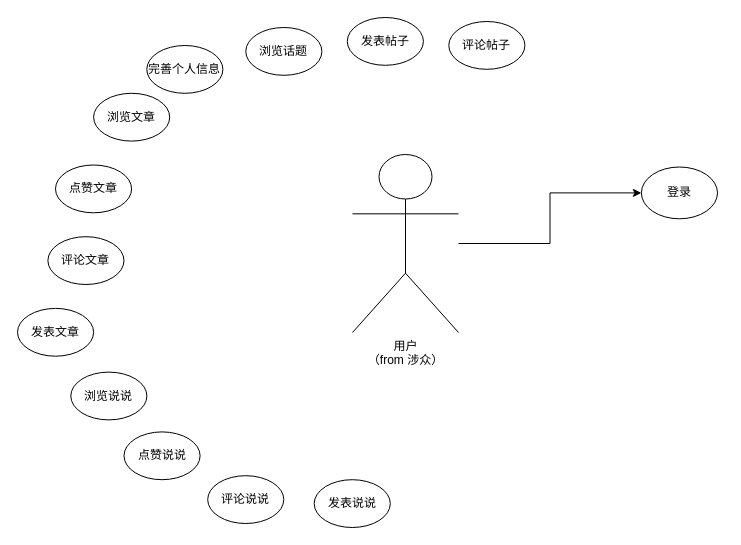
This is uml-业务模型.drawio from JMHello/draw, a draw.io file, before an edit. Source tidied: cells renumbered, new cells numbered last; positions are measured from the earlier drawing's top-left corner, leaving out a move shared by most shapes. Both pictures are drawn from the tidied source at 100%, with x=0, y=0 at pixel (17, 17).
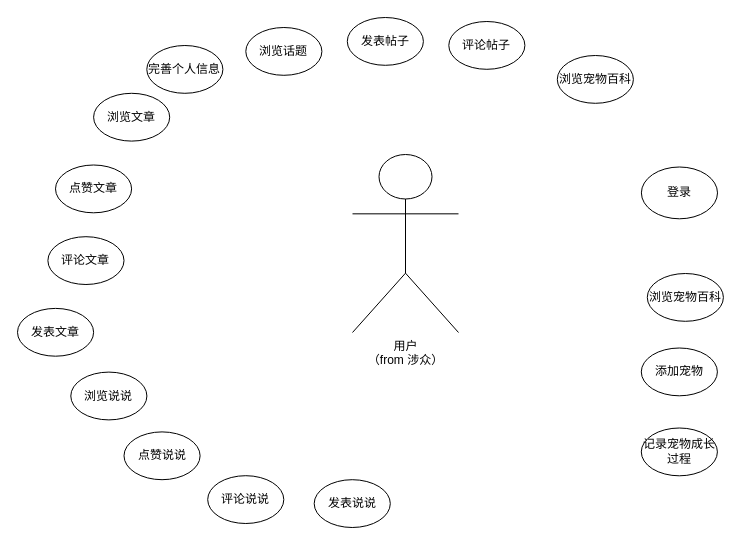
The same diagram, later.

Diff of the diagram source:
```diff
@@
 <mxGraphModel>
   <root>
     <mxCell id="0" />
     <mxCell id="1" parent="0" />
     <mxCell id="2" value="用户&lt;br&gt;（from 涉众）&lt;br&gt;" style="shape=umlActor;verticalLabelPosition=bottom;labelBackgroundColor=#ffffff;verticalAlign=top;html=1;" parent="1" vertex="1">
       <mxGeometry x="335" y="137" width="106" height="178" as="geometry" />
     </mxCell>
     <mxCell id="3" value="登录" style="ellipse;whiteSpace=wrap;html=1;" parent="1" vertex="1">
       <mxGeometry x="623.9" y="149.5" width="76.1" height="51.8" as="geometry" />
     </mxCell>
-    <mxCell id="4" style="edgeStyle=orthogonalEdgeStyle;rounded=0;jettySize=auto;html=1;" parent="1" edge="1" source="2" target="3">
-      <mxGeometry relative="1" as="geometry" />
-    </mxCell>
     <mxCell id="5" value="浏览话题" style="ellipse;whiteSpace=wrap;html=1;" parent="1" vertex="1">
       <mxGeometry x="228.3" y="10" width="76.1" height="47.8" as="geometry" />
     </mxCell>
     <mxCell id="6" value="浏览文章" style="ellipse;whiteSpace=wrap;html=1;" parent="1" vertex="1">
       <mxGeometry x="76.1" y="75.8" width="76.1" height="47.8" as="geometry" />
     </mxCell>
     <mxCell id="7" value="点赞文章" style="ellipse;whiteSpace=wrap;html=1;" parent="1" vertex="1">
       <mxGeometry x="38" y="147.5" width="76.1" height="47.8" as="geometry" />
     </mxCell>
     <mxCell id="8" value="完善个人信息" style="ellipse;whiteSpace=wrap;html=1;" parent="1" vertex="1">
       <mxGeometry x="129.3" y="28" width="76.1" height="47.8" as="geometry" />
     </mxCell>
     <mxCell id="9" value="评论文章" style="ellipse;whiteSpace=wrap;html=1;" parent="1" vertex="1">
       <mxGeometry x="30.4" y="219.2" width="76.1" height="47.8" as="geometry" />
     </mxCell>
     <mxCell id="10" value="发表文章" style="ellipse;whiteSpace=wrap;html=1;" parent="1" vertex="1">
       <mxGeometry y="290.9" width="76.1" height="47.8" as="geometry" />
     </mxCell>
     <mxCell id="11" value="点赞说说" style="ellipse;whiteSpace=wrap;html=1;" parent="1" vertex="1">
       <mxGeometry x="106.5" y="414.4" width="76.1" height="47.8" as="geometry" />
     </mxCell>
     <mxCell id="12" value="浏览说说" style="ellipse;whiteSpace=wrap;html=1;" parent="1" vertex="1">
       <mxGeometry x="53.3" y="354.6" width="76.1" height="47.8" as="geometry" />
     </mxCell>
     <mxCell id="13" value="评论说说" style="ellipse;whiteSpace=wrap;html=1;" parent="1" vertex="1">
       <mxGeometry x="190.2" y="458.2" width="76.1" height="47.8" as="geometry" />
     </mxCell>
     <mxCell id="14" value="发表说说" style="ellipse;whiteSpace=wrap;html=1;" parent="1" vertex="1">
       <mxGeometry x="296.7" y="462.2" width="76.1" height="47.8" as="geometry" />
     </mxCell>
     <mxCell id="15" value="发表帖子" style="ellipse;whiteSpace=wrap;html=1;" parent="1" vertex="1">
       <mxGeometry x="329.8" width="76.1" height="47.8" as="geometry" />
     </mxCell>
     <mxCell id="16" value="评论帖子" style="ellipse;whiteSpace=wrap;html=1;" parent="1" vertex="1">
       <mxGeometry x="431.3" y="4" width="76.1" height="47.8" as="geometry" />
     </mxCell>
+    <mxCell id="17" value="浏览宠物百科" style="ellipse;whiteSpace=wrap;html=1;" parent="1" vertex="1">
+      <mxGeometry x="539.8" y="38" width="76.1" height="47.8" as="geometry" />
+    </mxCell>
+    <mxCell id="18" value="浏览宠物百科" style="ellipse;whiteSpace=wrap;html=1;" parent="1" vertex="1">
+      <mxGeometry x="629.8" y="256" width="76.1" height="47.8" as="geometry" />
+    </mxCell>
+    <mxCell id="19" value="添加宠物" style="ellipse;whiteSpace=wrap;html=1;" parent="1" vertex="1">
+      <mxGeometry x="623.8" y="330.5" width="76.1" height="47.8" as="geometry" />
+    </mxCell>
+    <mxCell id="20" value="记录宠物成长过程" style="ellipse;whiteSpace=wrap;html=1;" parent="1" vertex="1">
+      <mxGeometry x="623.8" y="410.5" width="76.1" height="47.8" as="geometry" />
+    </mxCell>
   </root>
 </mxGraphModel>
```
